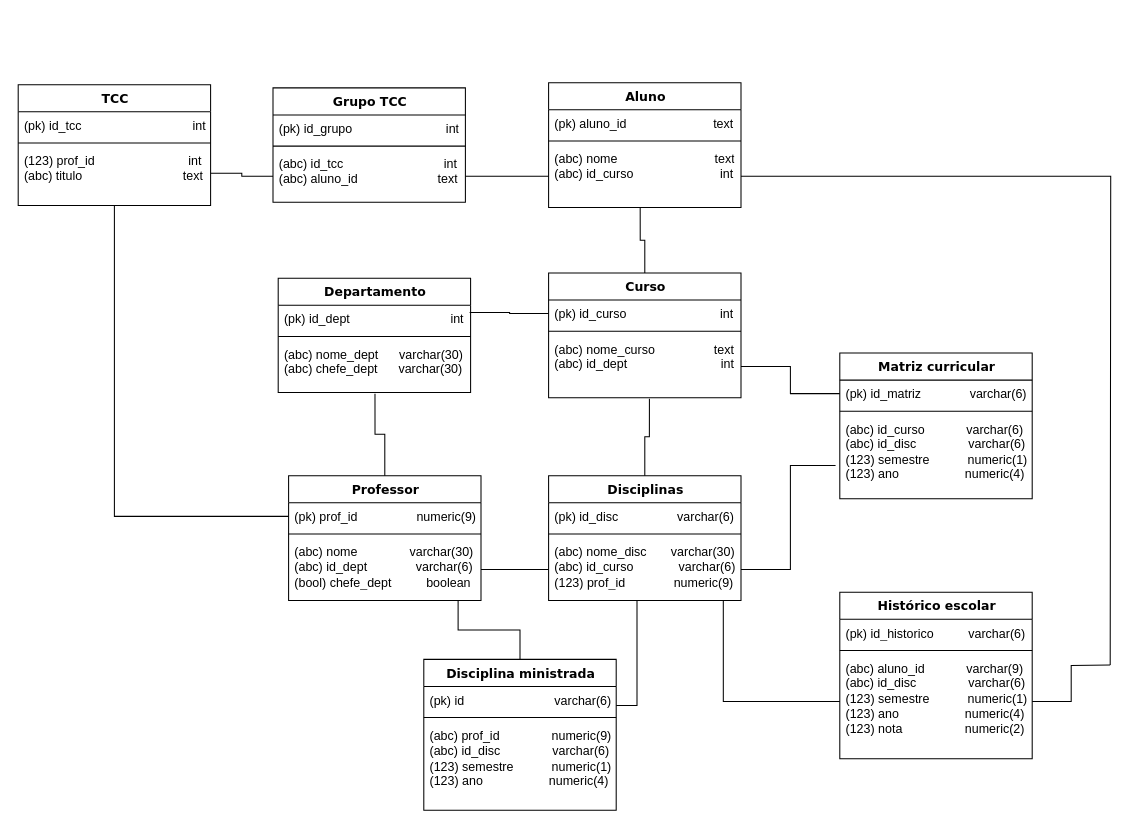
Above: Diagrama sem nome.drawio in PedroRocha03/proj_banco_de_dados (draw.io), before the change. Source tidied: cells renumbered, new cells numbered last; positions are measured from the earlier drawing's top-left corner, leaving out a move shared by most shapes. Both pictures are drawn from the tidied source at 104%, with x=0, y=0 at pixel (18, 18).
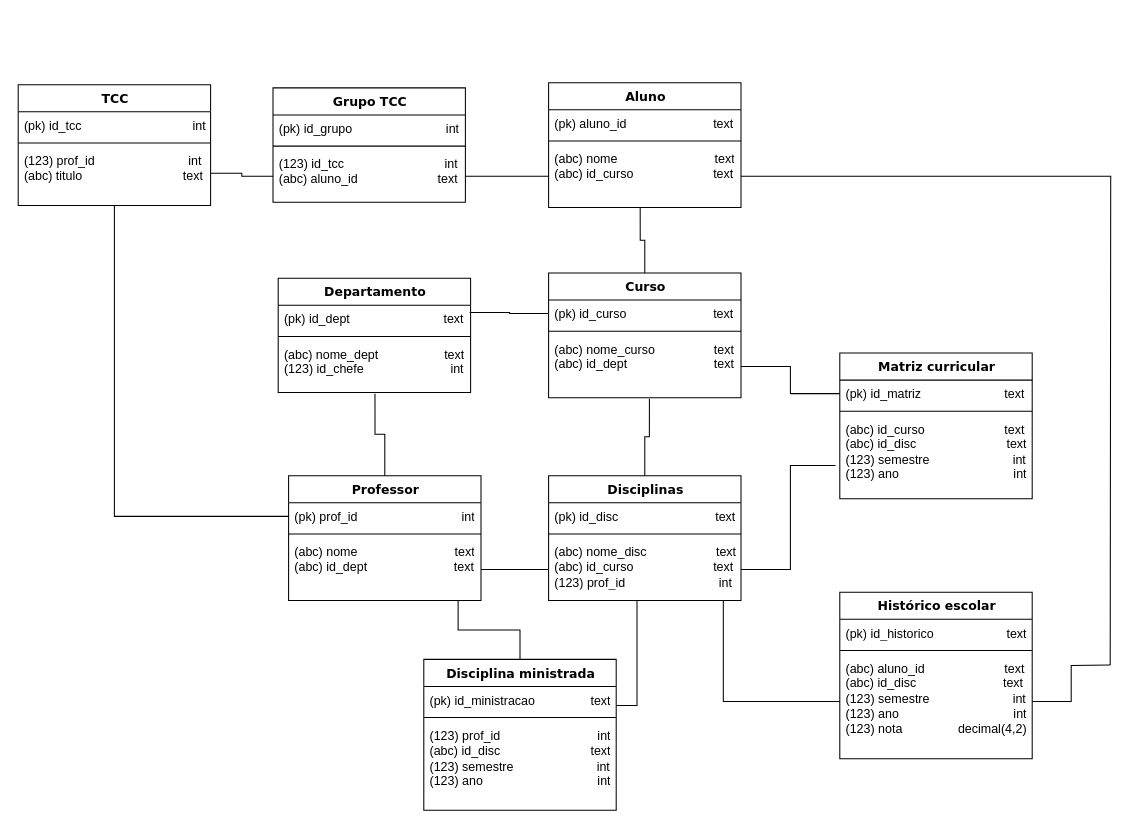
After the change.

Unchanged cells that the change refers to:
```xml
<mxCell id="2" value="Aluno" style="swimlane;html=1;fontStyle=1;align=center;verticalAlign=top;horizontal=1;startSize=26;swimlaneFillColor=#ffffff;rounded=0;shadow=0;comic=0;labelBackgroundColor=none;strokeWidth=1;fillColor=none;fontFamily=Verdana;fontSize=12;" parent="1" vertex="1">
  <mxGeometry x="510" y="62" width="185" height="120" as="geometry" />
</mxCell>
<mxCell id="8" value="Professor" style="swimlane;html=1;fontStyle=1;align=center;verticalAlign=top;horizontal=1;startSize=26;swimlaneFillColor=#ffffff;rounded=0;shadow=0;comic=0;labelBackgroundColor=none;strokeWidth=1;fillColor=none;fontFamily=Verdana;fontSize=12;" parent="1" vertex="1">
  <mxGeometry x="260" y="440" width="185" height="120" as="geometry" />
</mxCell>
<mxCell id="12" value="Curso" style="swimlane;html=1;fontStyle=1;align=center;verticalAlign=top;horizontal=1;startSize=26;swimlaneFillColor=#ffffff;rounded=0;shadow=0;comic=0;labelBackgroundColor=none;strokeWidth=1;fillColor=none;fontFamily=Verdana;fontSize=12;" parent="1" vertex="1">
  <mxGeometry x="510" y="245" width="185" height="120" as="geometry" />
</mxCell>
<mxCell id="16" value="Departamento" style="swimlane;html=1;fontStyle=1;align=center;verticalAlign=top;horizontal=1;startSize=26;swimlaneFillColor=#ffffff;rounded=0;shadow=0;comic=0;labelBackgroundColor=none;strokeWidth=1;fillColor=none;fontFamily=Verdana;fontSize=12;" parent="1" vertex="1">
  <mxGeometry x="250" y="250" width="185" height="110" as="geometry" />
</mxCell>
<mxCell id="20" value="Disciplinas" style="swimlane;html=1;fontStyle=1;align=center;verticalAlign=top;horizontal=1;startSize=26;swimlaneFillColor=#ffffff;rounded=0;shadow=0;comic=0;labelBackgroundColor=none;strokeWidth=1;fillColor=none;fontFamily=Verdana;fontSize=12;" parent="1" vertex="1">
  <mxGeometry x="510" y="440" width="185" height="120" as="geometry" />
</mxCell>
<mxCell id="24" value="Matriz curricular" style="swimlane;html=1;fontStyle=1;align=center;verticalAlign=top;horizontal=1;startSize=26;swimlaneFillColor=#ffffff;rounded=0;shadow=0;comic=0;labelBackgroundColor=none;strokeWidth=1;fillColor=none;fontFamily=Verdana;fontSize=12;" parent="1" vertex="1">
  <mxGeometry x="790" y="322" width="185" height="140" as="geometry" />
</mxCell>
<mxCell id="28" value="Histórico escolar" style="swimlane;html=1;fontStyle=1;align=center;verticalAlign=top;horizontal=1;startSize=26;swimlaneFillColor=#ffffff;rounded=0;shadow=0;comic=0;labelBackgroundColor=none;strokeWidth=1;fillColor=none;fontFamily=Verdana;fontSize=12;" parent="1" vertex="1">
  <mxGeometry x="790" y="552" width="185" height="160" as="geometry" />
</mxCell>
<mxCell id="33" value="Disciplina ministrada" style="swimlane;html=1;fontStyle=1;align=center;verticalAlign=top;horizontal=1;startSize=26;swimlaneFillColor=#ffffff;rounded=0;shadow=0;comic=0;labelBackgroundColor=none;strokeWidth=1;fillColor=none;fontFamily=Verdana;fontSize=12;" parent="1" vertex="1">
  <mxGeometry x="390" y="616.5" width="185" height="145" as="geometry" />
</mxCell>
<mxCell id="37" value="Grupo TCC" style="swimlane;html=1;fontStyle=1;align=center;verticalAlign=top;horizontal=1;startSize=26;swimlaneFillColor=#ffffff;rounded=0;shadow=0;comic=0;labelBackgroundColor=none;strokeWidth=1;fillColor=none;fontFamily=Verdana;fontSize=12;" parent="1" vertex="1">
  <mxGeometry x="245" y="67" width="185" height="110" as="geometry" />
</mxCell>
```

What changed in the source:
```diff
@@
-    <mxCell id="6" value="(abc) nome&amp;nbsp; &amp;nbsp; &amp;nbsp; &amp;nbsp; &amp;nbsp; &amp;nbsp; &amp;nbsp; &amp;nbsp; &amp;nbsp; &amp;nbsp; &amp;nbsp; &amp;nbsp; &amp;nbsp; &amp;nbsp; text&lt;div&gt;(abc) id_curso&amp;nbsp; &amp;nbsp; &amp;nbsp; &amp;nbsp; &amp;nbsp; &amp;nbsp; &amp;nbsp; &amp;nbsp; &amp;nbsp; &amp;nbsp; &amp;nbsp; &amp;nbsp; &amp;nbsp;int&lt;/div&gt;&lt;div&gt;&lt;br&gt;&lt;/div&gt;" style="text;html=1;strokeColor=none;fillColor=none;align=left;verticalAlign=top;spacingLeft=4;spacingRight=4;whiteSpace=wrap;overflow=hidden;points=[[0,0.5],[1,0.5]];portConstraint=eastwest;" parent="2" vertex="1">
+    <mxCell id="6" value="(abc) nome&amp;nbsp; &amp;nbsp; &amp;nbsp; &amp;nbsp; &amp;nbsp; &amp;nbsp; &amp;nbsp; &amp;nbsp; &amp;nbsp; &amp;nbsp; &amp;nbsp; &amp;nbsp; &amp;nbsp; &amp;nbsp; text&lt;div&gt;(abc) id_curso&amp;nbsp; &amp;nbsp; &amp;nbsp; &amp;nbsp; &amp;nbsp; &amp;nbsp; &amp;nbsp; &amp;nbsp; &amp;nbsp; &amp;nbsp; &amp;nbsp; &amp;nbsp;text&lt;/div&gt;&lt;div&gt;&lt;br&gt;&lt;/div&gt;" style="text;html=1;strokeColor=none;fillColor=none;align=left;verticalAlign=top;spacingLeft=4;spacingRight=4;whiteSpace=wrap;overflow=hidden;points=[[0,0.5],[1,0.5]];portConstraint=eastwest;" parent="2" vertex="1">
       <mxGeometry y="60" width="185" height="60" as="geometry" />
     </mxCell>
@@
-    <mxCell id="9" value="(pk) prof_id&amp;nbsp; &amp;nbsp; &amp;nbsp; &amp;nbsp; &amp;nbsp; &amp;nbsp; &amp;nbsp; &amp;nbsp; &amp;nbsp;numeric(9)" style="text;html=1;strokeColor=none;fillColor=none;align=left;verticalAlign=top;spacingLeft=4;spacingRight=4;whiteSpace=wrap;overflow=hidden;points=[[0,0.5],[1,0.5]];portConstraint=eastwest;" parent="8" vertex="1">
+    <mxCell id="9" value="(pk) prof_id&amp;nbsp; &amp;nbsp; &amp;nbsp; &amp;nbsp; &amp;nbsp; &amp;nbsp; &amp;nbsp; &amp;nbsp; &amp;nbsp; &amp;nbsp; &amp;nbsp; &amp;nbsp; &amp;nbsp; &amp;nbsp; &amp;nbsp; int" style="text;html=1;strokeColor=none;fillColor=none;align=left;verticalAlign=top;spacingLeft=4;spacingRight=4;whiteSpace=wrap;overflow=hidden;points=[[0,0.5],[1,0.5]];portConstraint=eastwest;" parent="8" vertex="1">
       <mxGeometry y="26" width="185" height="26" as="geometry" />
     </mxCell>
@@
-    <mxCell id="11" value="(abc) nome&amp;nbsp; &amp;nbsp; &amp;nbsp; &amp;nbsp; &amp;nbsp; &amp;nbsp; &amp;nbsp; &amp;nbsp;varchar(30)&lt;div&gt;(abc) id_dept&amp;nbsp; &amp;nbsp; &amp;nbsp; &amp;nbsp; &amp;nbsp; &amp;nbsp; &amp;nbsp; varchar(6)&lt;/div&gt;&lt;div&gt;(bool) chefe_dept&amp;nbsp; &amp;nbsp; &amp;nbsp; &amp;nbsp; &amp;nbsp; boolean&lt;/div&gt;" style="text;html=1;strokeColor=none;fillColor=none;align=left;verticalAlign=top;spacingLeft=4;spacingRight=4;whiteSpace=wrap;overflow=hidden;points=[[0,0.5],[1,0.5]];portConstraint=eastwest;" parent="8" vertex="1">
+    <mxCell id="11" value="(abc) nome&amp;nbsp; &amp;nbsp; &amp;nbsp; &amp;nbsp; &amp;nbsp; &amp;nbsp; &amp;nbsp; &amp;nbsp; &amp;nbsp; &amp;nbsp; &amp;nbsp; &amp;nbsp; &amp;nbsp; &amp;nbsp; text&lt;div&gt;(abc) id_dept&amp;nbsp; &amp;nbsp; &amp;nbsp; &amp;nbsp; &amp;nbsp; &amp;nbsp; &amp;nbsp; &amp;nbsp; &amp;nbsp; &amp;nbsp; &amp;nbsp; &amp;nbsp; &amp;nbsp;text&lt;/div&gt;&lt;div&gt;&lt;br&gt;&lt;/div&gt;" style="text;html=1;strokeColor=none;fillColor=none;align=left;verticalAlign=top;spacingLeft=4;spacingRight=4;whiteSpace=wrap;overflow=hidden;points=[[0,0.5],[1,0.5]];portConstraint=eastwest;" parent="8" vertex="1">
       <mxGeometry y="60" width="185" height="60" as="geometry" />
     </mxCell>
@@
-    <mxCell id="13" value="(pk) id_curso&amp;nbsp; &amp;nbsp; &amp;nbsp; &amp;nbsp; &amp;nbsp; &amp;nbsp; &amp;nbsp; &amp;nbsp; &amp;nbsp; &amp;nbsp; &amp;nbsp; &amp;nbsp; &amp;nbsp; &amp;nbsp;int" style="text;html=1;strokeColor=none;fillColor=none;align=left;verticalAlign=top;spacingLeft=4;spacingRight=4;whiteSpace=wrap;overflow=hidden;points=[[0,0.5],[1,0.5]];portConstraint=eastwest;" parent="12" vertex="1">
+    <mxCell id="13" value="(pk) id_curso&amp;nbsp; &amp;nbsp; &amp;nbsp; &amp;nbsp; &amp;nbsp; &amp;nbsp; &amp;nbsp; &amp;nbsp; &amp;nbsp; &amp;nbsp; &amp;nbsp; &amp;nbsp; &amp;nbsp;text" style="text;html=1;strokeColor=none;fillColor=none;align=left;verticalAlign=top;spacingLeft=4;spacingRight=4;whiteSpace=wrap;overflow=hidden;points=[[0,0.5],[1,0.5]];portConstraint=eastwest;" parent="12" vertex="1">
       <mxGeometry y="26" width="185" height="26" as="geometry" />
     </mxCell>
@@
-    <mxCell id="15" value="(abc) nome_curso&amp;nbsp; &amp;nbsp; &amp;nbsp; &amp;nbsp; &amp;nbsp; &amp;nbsp; &amp;nbsp; &amp;nbsp; &amp;nbsp;text&lt;div&gt;(abc) id_dept&amp;nbsp; &amp;nbsp; &amp;nbsp; &amp;nbsp; &amp;nbsp; &amp;nbsp; &amp;nbsp; &amp;nbsp; &amp;nbsp; &amp;nbsp; &amp;nbsp; &amp;nbsp; &amp;nbsp; &amp;nbsp;int&lt;/div&gt;&lt;div&gt;&lt;br&gt;&lt;/div&gt;" style="text;html=1;strokeColor=none;fillColor=none;align=left;verticalAlign=top;spacingLeft=4;spacingRight=4;whiteSpace=wrap;overflow=hidden;points=[[0,0.5],[1,0.5]];portConstraint=eastwest;" parent="12" vertex="1">
+    <mxCell id="15" value="(abc) nome_curso&amp;nbsp; &amp;nbsp; &amp;nbsp; &amp;nbsp; &amp;nbsp; &amp;nbsp; &amp;nbsp; &amp;nbsp; &amp;nbsp;text&lt;div&gt;(abc) id_dept&amp;nbsp; &amp;nbsp; &amp;nbsp; &amp;nbsp; &amp;nbsp; &amp;nbsp; &amp;nbsp; &amp;nbsp; &amp;nbsp; &amp;nbsp; &amp;nbsp; &amp;nbsp; &amp;nbsp;text&lt;/div&gt;&lt;div&gt;&lt;br&gt;&lt;/div&gt;" style="text;html=1;strokeColor=none;fillColor=none;align=left;verticalAlign=top;spacingLeft=4;spacingRight=4;whiteSpace=wrap;overflow=hidden;points=[[0,0.5],[1,0.5]];portConstraint=eastwest;" parent="12" vertex="1">
       <mxGeometry y="60" width="185" height="60" as="geometry" />
     </mxCell>
@@
-    <mxCell id="17" value="(pk) id_dept&amp;nbsp; &amp;nbsp; &amp;nbsp; &amp;nbsp; &amp;nbsp; &amp;nbsp; &amp;nbsp; &amp;nbsp; &amp;nbsp; &amp;nbsp; &amp;nbsp; &amp;nbsp; &amp;nbsp; &amp;nbsp; &amp;nbsp;int" style="text;html=1;strokeColor=none;fillColor=none;align=left;verticalAlign=top;spacingLeft=4;spacingRight=4;whiteSpace=wrap;overflow=hidden;points=[[0,0.5],[1,0.5]];portConstraint=eastwest;" parent="16" vertex="1">
+    <mxCell id="17" value="(pk) id_dept&amp;nbsp; &amp;nbsp; &amp;nbsp; &amp;nbsp; &amp;nbsp; &amp;nbsp; &amp;nbsp; &amp;nbsp; &amp;nbsp; &amp;nbsp; &amp;nbsp; &amp;nbsp; &amp;nbsp; &amp;nbsp;text" style="text;html=1;strokeColor=none;fillColor=none;align=left;verticalAlign=top;spacingLeft=4;spacingRight=4;whiteSpace=wrap;overflow=hidden;points=[[0,0.5],[1,0.5]];portConstraint=eastwest;" parent="16" vertex="1">
       <mxGeometry y="26" width="185" height="26" as="geometry" />
     </mxCell>
@@
-    <mxCell id="19" value="(abc) nome_dept&amp;nbsp; &amp;nbsp; &amp;nbsp; varchar(30)&lt;div&gt;(abc) chefe_dept&amp;nbsp; &amp;nbsp; &amp;nbsp; varchar(30)&lt;/div&gt;" style="text;html=1;strokeColor=none;fillColor=none;align=left;verticalAlign=top;spacingLeft=4;spacingRight=4;whiteSpace=wrap;overflow=hidden;points=[[0,0.5],[1,0.5]];portConstraint=eastwest;" parent="16" vertex="1">
+    <mxCell id="19" value="(abc) nome_dept&amp;nbsp; &amp;nbsp; &amp;nbsp; &amp;nbsp; &amp;nbsp; &amp;nbsp; &amp;nbsp; &amp;nbsp; &amp;nbsp; &amp;nbsp;text&lt;div&gt;(123) id_chefe&amp;nbsp; &amp;nbsp; &amp;nbsp; &amp;nbsp; &amp;nbsp; &amp;nbsp; &amp;nbsp; &amp;nbsp; &amp;nbsp; &amp;nbsp; &amp;nbsp; &amp;nbsp; &amp;nbsp;int&lt;/div&gt;" style="text;html=1;strokeColor=none;fillColor=none;align=left;verticalAlign=top;spacingLeft=4;spacingRight=4;whiteSpace=wrap;overflow=hidden;points=[[0,0.5],[1,0.5]];portConstraint=eastwest;" parent="16" vertex="1">
       <mxGeometry y="60" width="185" height="50" as="geometry" />
     </mxCell>
@@
-    <mxCell id="21" value="(pk) id_disc&amp;nbsp; &amp;nbsp; &amp;nbsp; &amp;nbsp; &amp;nbsp; &amp;nbsp; &amp;nbsp; &amp;nbsp; &amp;nbsp;varchar(6)" style="text;html=1;strokeColor=none;fillColor=none;align=left;verticalAlign=top;spacingLeft=4;spacingRight=4;whiteSpace=wrap;overflow=hidden;" parent="20" vertex="1">
+    <mxCell id="21" value="(pk) id_disc&amp;nbsp; &amp;nbsp; &amp;nbsp; &amp;nbsp; &amp;nbsp; &amp;nbsp; &amp;nbsp; &amp;nbsp; &amp;nbsp; &amp;nbsp; &amp;nbsp; &amp;nbsp; &amp;nbsp; &amp;nbsp; text" style="text;html=1;strokeColor=none;fillColor=none;align=left;verticalAlign=top;spacingLeft=4;spacingRight=4;whiteSpace=wrap;overflow=hidden;" parent="20" vertex="1">
       <mxGeometry y="26" width="185" height="26" as="geometry" />
     </mxCell>
@@
-    <mxCell id="23" value="(abc) nome_disc&amp;nbsp; &amp;nbsp; &amp;nbsp; &amp;nbsp;varchar(30)&lt;div&gt;(abc) id_curso&amp;nbsp; &amp;nbsp; &amp;nbsp; &amp;nbsp; &amp;nbsp; &amp;nbsp; &amp;nbsp;varchar(6)&lt;/div&gt;&lt;div&gt;(123)&amp;nbsp;&lt;span style=&quot;background-color: initial;&quot;&gt;prof_id&amp;nbsp; &amp;nbsp; &amp;nbsp; &amp;nbsp; &amp;nbsp; &amp;nbsp; &amp;nbsp; numeric(9)&lt;/span&gt;&lt;/div&gt;" style="text;html=1;strokeColor=none;fillColor=none;align=left;verticalAlign=top;spacingLeft=4;spacingRight=4;whiteSpace=wrap;overflow=hidden;points=[[0,0.5],[1,0.5]];portConstraint=eastwest;" parent="20" vertex="1">
+    <mxCell id="23" value="(abc) nome_disc&amp;nbsp; &amp;nbsp; &amp;nbsp; &amp;nbsp; &amp;nbsp; &amp;nbsp; &amp;nbsp; &amp;nbsp; &amp;nbsp; &amp;nbsp; text&lt;div&gt;(abc) id_curso&amp;nbsp; &amp;nbsp; &amp;nbsp; &amp;nbsp; &amp;nbsp; &amp;nbsp; &amp;nbsp; &amp;nbsp; &amp;nbsp; &amp;nbsp; &amp;nbsp; &amp;nbsp;text&lt;/div&gt;&lt;div&gt;(123)&amp;nbsp;&lt;span style=&quot;background-color: initial;&quot;&gt;prof_id&amp;nbsp; &amp;nbsp; &amp;nbsp; &amp;nbsp; &amp;nbsp; &amp;nbsp; &amp;nbsp; &amp;nbsp; &amp;nbsp; &amp;nbsp; &amp;nbsp; &amp;nbsp; &amp;nbsp; &amp;nbsp;int&lt;/span&gt;&lt;/div&gt;" style="text;html=1;strokeColor=none;fillColor=none;align=left;verticalAlign=top;spacingLeft=4;spacingRight=4;whiteSpace=wrap;overflow=hidden;points=[[0,0.5],[1,0.5]];portConstraint=eastwest;" parent="20" vertex="1">
       <mxGeometry y="60" width="185" height="60" as="geometry" />
     </mxCell>
@@
-    <mxCell id="25" value="(pk) id_matriz&amp;nbsp; &amp;nbsp; &amp;nbsp; &amp;nbsp; &amp;nbsp; &amp;nbsp; &amp;nbsp; varchar(6)" style="text;html=1;strokeColor=none;fillColor=none;align=left;verticalAlign=top;spacingLeft=4;spacingRight=4;whiteSpace=wrap;overflow=hidden;points=[[0,0.5],[1,0.5]];portConstraint=eastwest;" parent="24" vertex="1">
+    <mxCell id="25" value="(pk) id_matriz&amp;nbsp; &amp;nbsp; &amp;nbsp; &amp;nbsp; &amp;nbsp; &amp;nbsp; &amp;nbsp; &amp;nbsp; &amp;nbsp; &amp;nbsp; &amp;nbsp; &amp;nbsp; text" style="text;html=1;strokeColor=none;fillColor=none;align=left;verticalAlign=top;spacingLeft=4;spacingRight=4;whiteSpace=wrap;overflow=hidden;points=[[0,0.5],[1,0.5]];portConstraint=eastwest;" parent="24" vertex="1">
       <mxGeometry y="26" width="185" height="26" as="geometry" />
     </mxCell>
@@
-    <mxCell id="27" value="(abc) id_curso&amp;nbsp; &amp;nbsp; &amp;nbsp; &amp;nbsp; &amp;nbsp; &amp;nbsp; varchar(6)&lt;div&gt;(abc) id_disc&amp;nbsp; &amp;nbsp; &amp;nbsp; &amp;nbsp; &amp;nbsp; &amp;nbsp; &amp;nbsp; &amp;nbsp;varchar(6)&lt;/div&gt;&lt;div&gt;(123) semestre&amp;nbsp; &amp;nbsp; &amp;nbsp; &amp;nbsp; &amp;nbsp; &amp;nbsp;numeric(1)&lt;/div&gt;&lt;div&gt;(123) ano&amp;nbsp; &amp;nbsp; &amp;nbsp; &amp;nbsp; &amp;nbsp; &amp;nbsp; &amp;nbsp; &amp;nbsp; &amp;nbsp; &amp;nbsp;numeric(4)&lt;br&gt;&lt;/div&gt;" style="text;html=1;strokeColor=none;fillColor=none;align=left;verticalAlign=top;spacingLeft=4;spacingRight=4;whiteSpace=wrap;overflow=hidden;points=[[0,0.5],[1,0.5]];portConstraint=eastwest;" parent="24" vertex="1">
+    <mxCell id="27" value="(abc) id_curso&amp;nbsp; &amp;nbsp; &amp;nbsp; &amp;nbsp; &amp;nbsp; &amp;nbsp; &amp;nbsp; &amp;nbsp; &amp;nbsp; &amp;nbsp; &amp;nbsp; &amp;nbsp;text&lt;div&gt;(abc) id_disc&amp;nbsp; &amp;nbsp; &amp;nbsp; &amp;nbsp; &amp;nbsp; &amp;nbsp; &amp;nbsp; &amp;nbsp; &amp;nbsp; &amp;nbsp; &amp;nbsp; &amp;nbsp; &amp;nbsp; text&lt;/div&gt;&lt;div&gt;(123) semestre&amp;nbsp; &amp;nbsp; &amp;nbsp; &amp;nbsp; &amp;nbsp; &amp;nbsp; &amp;nbsp; &amp;nbsp; &amp;nbsp; &amp;nbsp; &amp;nbsp; &amp;nbsp; int&lt;/div&gt;&lt;div&gt;(123) ano&amp;nbsp; &amp;nbsp; &amp;nbsp; &amp;nbsp; &amp;nbsp; &amp;nbsp; &amp;nbsp; &amp;nbsp; &amp;nbsp; &amp;nbsp; &amp;nbsp; &amp;nbsp; &amp;nbsp; &amp;nbsp; &amp;nbsp; &amp;nbsp; &amp;nbsp;int&lt;br&gt;&lt;/div&gt;" style="text;html=1;strokeColor=none;fillColor=none;align=left;verticalAlign=top;spacingLeft=4;spacingRight=4;whiteSpace=wrap;overflow=hidden;points=[[0,0.5],[1,0.5]];portConstraint=eastwest;" parent="24" vertex="1">
       <mxGeometry y="60" width="185" height="80" as="geometry" />
     </mxCell>
@@
-    <mxCell id="29" value="(pk) id_historico&amp;nbsp; &amp;nbsp; &amp;nbsp; &amp;nbsp; &amp;nbsp; varchar(6)" style="text;html=1;strokeColor=none;fillColor=none;align=left;verticalAlign=top;spacingLeft=4;spacingRight=4;whiteSpace=wrap;overflow=hidden;" parent="28" vertex="1">
+    <mxCell id="29" value="(pk) id_historico&amp;nbsp; &amp;nbsp; &amp;nbsp; &amp;nbsp; &amp;nbsp; &amp;nbsp; &amp;nbsp; &amp;nbsp; &amp;nbsp; &amp;nbsp; &amp;nbsp;text" style="text;html=1;strokeColor=none;fillColor=none;align=left;verticalAlign=top;spacingLeft=4;spacingRight=4;whiteSpace=wrap;overflow=hidden;" parent="28" vertex="1">
       <mxGeometry y="26" width="185" height="26" as="geometry" />
     </mxCell>
@@
-    <mxCell id="32" value="(abc) aluno_id&amp;nbsp; &amp;nbsp; &amp;nbsp; &amp;nbsp; &amp;nbsp; &amp;nbsp; varchar(9)&lt;div&gt;(abc) id_disc&amp;nbsp; &amp;nbsp; &amp;nbsp; &amp;nbsp; &amp;nbsp; &amp;nbsp; &amp;nbsp; &amp;nbsp;varchar(6)&lt;/div&gt;&lt;div&gt;(123) semestre&amp;nbsp; &amp;nbsp; &amp;nbsp; &amp;nbsp; &amp;nbsp; &amp;nbsp;numeric(1)&lt;/div&gt;&lt;div&gt;(123) ano&amp;nbsp; &amp;nbsp; &amp;nbsp; &amp;nbsp; &amp;nbsp; &amp;nbsp; &amp;nbsp; &amp;nbsp; &amp;nbsp; &amp;nbsp;numeric(4)&lt;br&gt;&lt;/div&gt;&lt;div&gt;(123) nota&amp;nbsp; &amp;nbsp; &amp;nbsp; &amp;nbsp; &amp;nbsp; &amp;nbsp; &amp;nbsp; &amp;nbsp; &amp;nbsp; numeric(2)&lt;/div&gt;" style="text;html=1;strokeColor=none;fillColor=none;align=left;verticalAlign=top;spacingLeft=4;spacingRight=4;whiteSpace=wrap;overflow=hidden;points=[[0,0.5],[1,0.5]];portConstraint=eastwest;" parent="28" vertex="1">
+    <mxCell id="32" value="(abc) aluno_id&amp;nbsp; &amp;nbsp; &amp;nbsp; &amp;nbsp; &amp;nbsp; &amp;nbsp; &amp;nbsp; &amp;nbsp; &amp;nbsp; &amp;nbsp; &amp;nbsp; &amp;nbsp;text&lt;div&gt;(abc) id_disc&amp;nbsp; &amp;nbsp; &amp;nbsp; &amp;nbsp; &amp;nbsp; &amp;nbsp; &amp;nbsp; &amp;nbsp; &amp;nbsp; &amp;nbsp; &amp;nbsp; &amp;nbsp; &amp;nbsp;text&lt;/div&gt;&lt;div&gt;(123) semestre&amp;nbsp; &amp;nbsp; &amp;nbsp; &amp;nbsp; &amp;nbsp; &amp;nbsp; &amp;nbsp; &amp;nbsp; &amp;nbsp; &amp;nbsp; &amp;nbsp; &amp;nbsp; int&lt;/div&gt;&lt;div&gt;(123) ano&amp;nbsp; &amp;nbsp; &amp;nbsp; &amp;nbsp; &amp;nbsp; &amp;nbsp; &amp;nbsp; &amp;nbsp; &amp;nbsp; &amp;nbsp; &amp;nbsp; &amp;nbsp; &amp;nbsp; &amp;nbsp; &amp;nbsp; &amp;nbsp; &amp;nbsp;int&lt;br&gt;&lt;/div&gt;&lt;div&gt;(123) nota&amp;nbsp; &amp;nbsp; &amp;nbsp; &amp;nbsp; &amp;nbsp; &amp;nbsp; &amp;nbsp; &amp;nbsp; decimal(4,2)&lt;/div&gt;" style="text;html=1;strokeColor=none;fillColor=none;align=left;verticalAlign=top;spacingLeft=4;spacingRight=4;whiteSpace=wrap;overflow=hidden;points=[[0,0.5],[1,0.5]];portConstraint=eastwest;" parent="28" vertex="1">
       <mxGeometry y="60" width="185" height="90" as="geometry" />
     </mxCell>
@@
-    <mxCell id="34" value="(pk) id&amp;nbsp; &amp;nbsp; &amp;nbsp; &amp;nbsp; &amp;nbsp; &amp;nbsp; &amp;nbsp; &amp;nbsp; &amp;nbsp; &amp;nbsp; &amp;nbsp; &amp;nbsp; &amp;nbsp; varchar(6)" style="text;html=1;strokeColor=none;fillColor=none;align=left;verticalAlign=top;spacingLeft=4;spacingRight=4;whiteSpace=wrap;overflow=hidden;" parent="33" vertex="1">
+    <mxCell id="34" value="(pk) id_ministracao&amp;nbsp; &amp;nbsp; &amp;nbsp; &amp;nbsp; &amp;nbsp; &amp;nbsp; &amp;nbsp; &amp;nbsp; text" style="text;html=1;strokeColor=none;fillColor=none;align=left;verticalAlign=top;spacingLeft=4;spacingRight=4;whiteSpace=wrap;overflow=hidden;" parent="33" vertex="1">
       <mxGeometry y="26" width="185" height="26" as="geometry" />
     </mxCell>
@@
-    <mxCell id="36" value="(abc) prof_id&amp;nbsp; &amp;nbsp; &amp;nbsp; &amp;nbsp; &amp;nbsp; &amp;nbsp; &amp;nbsp; &amp;nbsp;numeric(9)&lt;div&gt;(abc) id_disc&amp;nbsp; &amp;nbsp; &amp;nbsp; &amp;nbsp; &amp;nbsp; &amp;nbsp; &amp;nbsp; &amp;nbsp;varchar(6)&lt;/div&gt;&lt;div&gt;(123) semestre&amp;nbsp; &amp;nbsp; &amp;nbsp; &amp;nbsp; &amp;nbsp; &amp;nbsp;numeric(1)&lt;/div&gt;&lt;div&gt;(123) ano&amp;nbsp; &amp;nbsp; &amp;nbsp; &amp;nbsp; &amp;nbsp; &amp;nbsp; &amp;nbsp; &amp;nbsp; &amp;nbsp; &amp;nbsp;numeric(4)&lt;/div&gt;" style="text;html=1;strokeColor=none;fillColor=none;align=left;verticalAlign=top;spacingLeft=4;spacingRight=4;whiteSpace=wrap;overflow=hidden;" parent="33" vertex="1">
+    <mxCell id="36" value="(123) prof_id&amp;nbsp; &amp;nbsp; &amp;nbsp; &amp;nbsp; &amp;nbsp; &amp;nbsp; &amp;nbsp; &amp;nbsp; &amp;nbsp; &amp;nbsp; &amp;nbsp; &amp;nbsp; &amp;nbsp; &amp;nbsp; int&lt;div&gt;(abc) id_disc&amp;nbsp; &amp;nbsp; &amp;nbsp; &amp;nbsp; &amp;nbsp; &amp;nbsp; &amp;nbsp; &amp;nbsp; &amp;nbsp; &amp;nbsp; &amp;nbsp; &amp;nbsp; &amp;nbsp; text&lt;/div&gt;&lt;div&gt;(123) semestre&amp;nbsp; &amp;nbsp; &amp;nbsp; &amp;nbsp; &amp;nbsp; &amp;nbsp; &amp;nbsp; &amp;nbsp; &amp;nbsp; &amp;nbsp; &amp;nbsp; &amp;nbsp; int&lt;/div&gt;&lt;div&gt;(123) ano&amp;nbsp; &amp;nbsp; &amp;nbsp; &amp;nbsp; &amp;nbsp; &amp;nbsp; &amp;nbsp; &amp;nbsp; &amp;nbsp; &amp;nbsp; &amp;nbsp; &amp;nbsp; &amp;nbsp; &amp;nbsp; &amp;nbsp; &amp;nbsp; &amp;nbsp;int&lt;/div&gt;" style="text;html=1;strokeColor=none;fillColor=none;align=left;verticalAlign=top;spacingLeft=4;spacingRight=4;whiteSpace=wrap;overflow=hidden;" parent="33" vertex="1">
       <mxGeometry y="60" width="185" height="80" as="geometry" />
     </mxCell>
@@
-    <mxCell id="40" value="&lt;div&gt;(abc) id_tcc&amp;nbsp; &amp;nbsp; &amp;nbsp; &amp;nbsp; &amp;nbsp; &amp;nbsp; &amp;nbsp; &amp;nbsp; &amp;nbsp; &amp;nbsp; &amp;nbsp; &amp;nbsp; &amp;nbsp; &amp;nbsp; &amp;nbsp;int&lt;/div&gt;&lt;div&gt;(abc) aluno_id&amp;nbsp; &amp;nbsp; &amp;nbsp; &amp;nbsp; &amp;nbsp; &amp;nbsp; &amp;nbsp; &amp;nbsp; &amp;nbsp; &amp;nbsp; &amp;nbsp; &amp;nbsp;text&lt;/div&gt;" style="text;html=1;strokeColor=none;fillColor=none;align=left;verticalAlign=top;spacingLeft=4;spacingRight=4;whiteSpace=wrap;overflow=hidden;points=[[0,0.5],[1,0.5]];portConstraint=eastwest;" parent="37" vertex="1">
+    <mxCell id="40" value="&lt;div&gt;(123) id_tcc&amp;nbsp; &amp;nbsp; &amp;nbsp; &amp;nbsp; &amp;nbsp; &amp;nbsp; &amp;nbsp; &amp;nbsp; &amp;nbsp; &amp;nbsp; &amp;nbsp; &amp;nbsp; &amp;nbsp; &amp;nbsp; &amp;nbsp;int&lt;/div&gt;&lt;div&gt;(abc) aluno_id&amp;nbsp; &amp;nbsp; &amp;nbsp; &amp;nbsp; &amp;nbsp; &amp;nbsp; &amp;nbsp; &amp;nbsp; &amp;nbsp; &amp;nbsp; &amp;nbsp; &amp;nbsp;text&lt;/div&gt;" style="text;html=1;strokeColor=none;fillColor=none;align=left;verticalAlign=top;spacingLeft=4;spacingRight=4;whiteSpace=wrap;overflow=hidden;points=[[0,0.5],[1,0.5]];portConstraint=eastwest;" parent="37" vertex="1">
       <mxGeometry y="60" width="185" height="50" as="geometry" />
     </mxCell>
```
